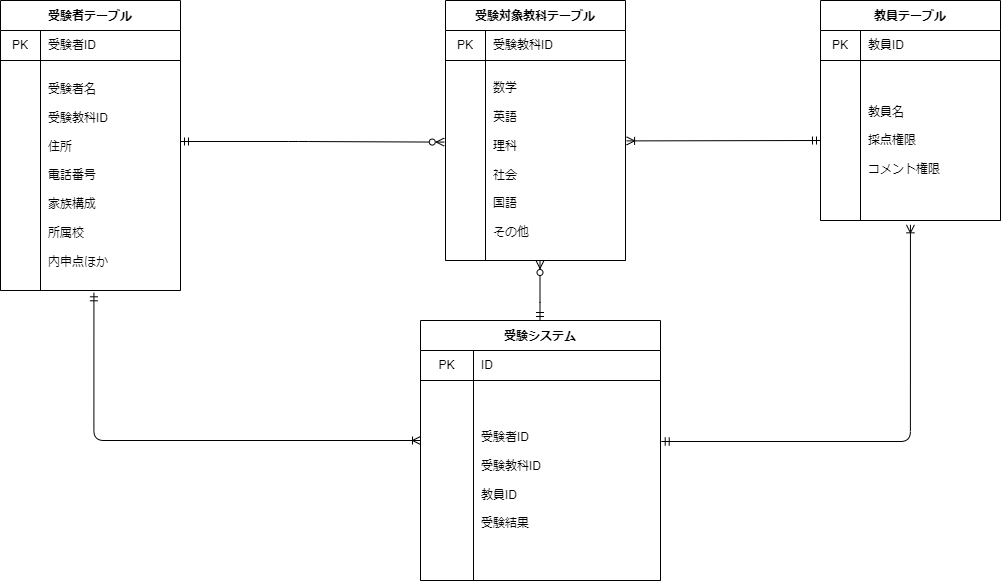
Above: index.drawio.png in tatsuya-hirano/ER_figure_ensyuu (draw.io), before the change. Source tidied: cells renumbered, new cells last; positions are measured from the earlier drawing's top-left corner, leaving out a move shared by most shapes. Its diagram source:
```xml
<mxGraphModel>
  <root>
    <mxCell id="0" />
    <mxCell id="1" parent="0" />
    <mxCell id="2" value="受験システム" style="shape=table;startSize=30;rowLines=0;fontStyle=1;align=center;" parent="1" vertex="1">
      <mxGeometry x="420" y="320" width="240" height="260" as="geometry" />
    </mxCell>
    <mxCell id="3" style="shape=partialRectangle;html=1;whiteSpace=wrap;fillColor=none;top=0;left=0;bottom=1;right=0;" parent="2" vertex="1">
      <mxGeometry y="30" width="240" height="30" as="geometry" />
    </mxCell>
    <mxCell id="4" value="PK" style="shape=partialRectangle;html=1;whiteSpace=wrap;fillColor=none;top=0;left=0;bottom=0;right=0;overflow=hidden;" parent="3" vertex="1">
      <mxGeometry width="53" height="30" as="geometry" />
    </mxCell>
    <mxCell id="5" value="ID" style="shape=partialRectangle;html=1;whiteSpace=wrap;fillColor=none;top=0;left=0;bottom=0;right=0;align=left;spacingLeft=6;overflow=hidden;" parent="3" vertex="1">
      <mxGeometry x="53" width="187" height="30" as="geometry" />
    </mxCell>
    <mxCell id="6" style="shape=partialRectangle;html=1;whiteSpace=wrap;fillColor=none;top=0;left=0;bottom=1;right=0;" parent="2" vertex="1">
      <mxGeometry y="60" width="240" height="200" as="geometry" />
    </mxCell>
    <mxCell id="7" style="shape=partialRectangle;html=1;whiteSpace=wrap;fillColor=none;top=0;left=0;bottom=0;right=0;overflow=hidden;" parent="6" vertex="1">
      <mxGeometry width="53" height="200" as="geometry" />
    </mxCell>
    <mxCell id="8" value="受験者ID&lt;br&gt;&lt;br&gt;受験教科ID&lt;br&gt;&lt;br&gt;教員ID&lt;br&gt;&lt;br&gt;受験結果" style="shape=partialRectangle;html=1;whiteSpace=wrap;fillColor=none;top=0;left=0;bottom=0;right=0;align=left;spacingLeft=6;overflow=hidden;" parent="6" vertex="1">
      <mxGeometry x="53" width="187" height="200" as="geometry" />
    </mxCell>
    <mxCell id="9" style="edgeStyle=orthogonalEdgeStyle;html=1;entryX=-0.007;entryY=0.408;entryDx=0;entryDy=0;entryPerimeter=0;startArrow=ERmandOne;startFill=0;endArrow=ERzeroToMany;endFill=0;" parent="1" edge="1" target="29">
      <mxGeometry relative="1" as="geometry">
        <mxPoint x="180" y="141" as="sourcePoint" />
        <Array as="points">
          <mxPoint x="298" y="141" />
        </Array>
      </mxGeometry>
    </mxCell>
    <mxCell id="10" style="edgeStyle=orthogonalEdgeStyle;html=1;startArrow=ERoneToMany;startFill=0;endArrow=ERmandOne;endFill=0;entryX=0.519;entryY=1.01;entryDx=0;entryDy=0;entryPerimeter=0;" parent="1" edge="1" target="15">
      <mxGeometry relative="1" as="geometry">
        <mxPoint x="420" y="440" as="sourcePoint" />
        <Array as="points">
          <mxPoint x="93" y="440" />
        </Array>
      </mxGeometry>
    </mxCell>
    <mxCell id="11" value="受験者テーブル" style="shape=table;startSize=30;rowLines=0;fontStyle=1;align=center;" parent="1" vertex="1">
      <mxGeometry width="180" height="290" as="geometry" />
    </mxCell>
    <mxCell id="12" style="shape=partialRectangle;html=1;whiteSpace=wrap;fillColor=none;top=0;left=0;bottom=1;right=0;" parent="11" vertex="1">
      <mxGeometry y="30" width="180" height="30" as="geometry" />
    </mxCell>
    <mxCell id="13" value="PK" style="shape=partialRectangle;html=1;whiteSpace=wrap;fillColor=none;top=0;left=0;bottom=0;right=0;overflow=hidden;" parent="12" vertex="1">
      <mxGeometry width="40" height="30" as="geometry" />
    </mxCell>
    <mxCell id="14" value="受験者ID" style="shape=partialRectangle;html=1;whiteSpace=wrap;fillColor=none;top=0;left=0;bottom=0;right=0;align=left;spacingLeft=6;overflow=hidden;" parent="12" vertex="1">
      <mxGeometry x="40" width="140" height="30" as="geometry" />
    </mxCell>
    <mxCell id="15" style="shape=partialRectangle;html=1;whiteSpace=wrap;fillColor=none;top=0;left=0;bottom=1;right=0;points=[[0,0.5],[1,0.5]];portConstraint=eastwest;" parent="11" vertex="1">
      <mxGeometry y="60" width="180" height="230" as="geometry" />
    </mxCell>
    <mxCell id="16" style="shape=partialRectangle;html=1;whiteSpace=wrap;fillColor=none;top=0;left=0;bottom=0;right=0;overflow=hidden;" parent="15" vertex="1">
      <mxGeometry width="40" height="230" as="geometry" />
    </mxCell>
    <mxCell id="17" value="受験者名&lt;br&gt;&lt;br&gt;受験教科ID&lt;br&gt;&lt;br&gt;住所&lt;br&gt;&lt;br&gt;電話番号&lt;br&gt;&lt;br&gt;家族構成&lt;br&gt;&lt;br&gt;所属校&lt;br&gt;&lt;br&gt;内申点ほか" style="shape=partialRectangle;html=1;whiteSpace=wrap;fillColor=none;top=0;left=0;bottom=0;right=0;align=left;spacingLeft=6;overflow=hidden;" parent="15" vertex="1">
      <mxGeometry x="40" width="140" height="230" as="geometry" />
    </mxCell>
    <mxCell id="18" value="教員テーブル" style="shape=table;startSize=30;rowLines=0;fontStyle=1;align=center;" parent="1" vertex="1">
      <mxGeometry x="820" width="180" height="220" as="geometry" />
    </mxCell>
    <mxCell id="19" style="shape=partialRectangle;html=1;whiteSpace=wrap;fillColor=none;top=0;left=0;bottom=1;right=0;" parent="18" vertex="1">
      <mxGeometry y="30" width="180" height="30" as="geometry" />
    </mxCell>
    <mxCell id="20" value="PK" style="shape=partialRectangle;html=1;whiteSpace=wrap;fillColor=none;top=0;left=0;bottom=0;right=0;overflow=hidden;" parent="19" vertex="1">
      <mxGeometry width="40" height="30" as="geometry" />
    </mxCell>
    <mxCell id="21" value="教員ID" style="shape=partialRectangle;html=1;whiteSpace=wrap;fillColor=none;top=0;left=0;bottom=0;right=0;align=left;spacingLeft=6;overflow=hidden;" parent="19" vertex="1">
      <mxGeometry x="40" width="140" height="30" as="geometry" />
    </mxCell>
    <mxCell id="22" style="shape=partialRectangle;html=1;whiteSpace=wrap;fillColor=none;top=0;left=0;bottom=1;right=0;points=[[0,0.5],[1,0.5]];portConstraint=eastwest;" parent="18" vertex="1">
      <mxGeometry y="60" width="180" height="160" as="geometry" />
    </mxCell>
    <mxCell id="23" style="shape=partialRectangle;html=1;whiteSpace=wrap;fillColor=none;top=0;left=0;bottom=0;right=0;overflow=hidden;" parent="22" vertex="1">
      <mxGeometry width="40" height="160" as="geometry" />
    </mxCell>
    <mxCell id="24" value="教員名&lt;br&gt;&lt;br&gt;採点権限&lt;br&gt;&lt;br&gt;コメント権限&lt;br&gt;" style="shape=partialRectangle;html=1;whiteSpace=wrap;fillColor=none;top=0;left=0;bottom=0;right=0;align=left;spacingLeft=6;overflow=hidden;" parent="22" vertex="1">
      <mxGeometry x="40" width="140" height="160" as="geometry" />
    </mxCell>
    <mxCell id="25" value="受験対象教科テーブル" style="shape=table;startSize=30;rowLines=0;fontStyle=1;align=center;" parent="1" vertex="1">
      <mxGeometry x="445" width="180" height="260" as="geometry" />
    </mxCell>
    <mxCell id="26" style="shape=partialRectangle;html=1;whiteSpace=wrap;fillColor=none;top=0;left=0;bottom=1;right=0;" parent="25" vertex="1">
      <mxGeometry y="30" width="180" height="30" as="geometry" />
    </mxCell>
    <mxCell id="27" value="PK" style="shape=partialRectangle;html=1;whiteSpace=wrap;fillColor=none;top=0;left=0;bottom=0;right=0;overflow=hidden;" parent="26" vertex="1">
      <mxGeometry width="40" height="30" as="geometry" />
    </mxCell>
    <mxCell id="28" value="受験教科ID" style="shape=partialRectangle;html=1;whiteSpace=wrap;fillColor=none;top=0;left=0;bottom=0;right=0;align=left;spacingLeft=6;overflow=hidden;" parent="26" vertex="1">
      <mxGeometry x="40" width="140" height="30" as="geometry" />
    </mxCell>
    <mxCell id="29" style="shape=partialRectangle;html=1;whiteSpace=wrap;fillColor=none;top=0;left=0;bottom=1;right=0;points=[[0,0.5],[1,0.5]];portConstraint=eastwest;" parent="25" vertex="1">
      <mxGeometry y="60" width="180" height="200" as="geometry" />
    </mxCell>
    <mxCell id="30" style="shape=partialRectangle;html=1;whiteSpace=wrap;fillColor=none;top=0;left=0;bottom=0;right=0;overflow=hidden;" parent="29" vertex="1">
      <mxGeometry width="40" height="200" as="geometry" />
    </mxCell>
    <mxCell id="31" value="数学&lt;br&gt;&lt;br&gt;英語&lt;br&gt;&lt;br&gt;理科&lt;br&gt;&lt;br&gt;社会&lt;br&gt;&lt;br&gt;国語&lt;br&gt;&lt;br&gt;その他" style="shape=partialRectangle;html=1;whiteSpace=wrap;fillColor=none;top=0;left=0;bottom=0;right=0;align=left;spacingLeft=6;overflow=hidden;" parent="29" vertex="1">
      <mxGeometry x="40" width="140" height="200" as="geometry" />
    </mxCell>
    <mxCell id="32" style="edgeStyle=orthogonalEdgeStyle;html=1;startArrow=ERoneToMany;startFill=0;endArrow=ERmandOne;endFill=0;entryX=1.028;entryY=0.305;entryDx=0;entryDy=0;entryPerimeter=0;exitX=0.533;exitY=1.027;exitDx=0;exitDy=0;exitPerimeter=0;" parent="1" edge="1">
      <mxGeometry relative="1" as="geometry">
        <mxPoint x="909.9" y="224.3" as="sourcePoint" />
        <mxPoint x="660.7" y="441" as="targetPoint" />
        <Array as="points">
          <mxPoint x="910" y="441" />
        </Array>
      </mxGeometry>
    </mxCell>
    <mxCell id="33" style="edgeStyle=orthogonalEdgeStyle;html=1;startArrow=ERmandOne;startFill=0;endArrow=ERzeroToMany;endFill=0;" parent="1" edge="1">
      <mxGeometry relative="1" as="geometry">
        <mxPoint x="539.5" y="320" as="sourcePoint" />
        <mxPoint x="539.5" y="260" as="targetPoint" />
        <Array as="points">
          <mxPoint x="539.5" y="312" />
        </Array>
      </mxGeometry>
    </mxCell>
    <mxCell id="34" style="edgeStyle=none;html=1;exitX=0;exitY=0.5;exitDx=0;exitDy=0;entryX=1.006;entryY=0.402;entryDx=0;entryDy=0;entryPerimeter=0;endArrow=ERoneToMany;endFill=0;startArrow=ERmandOne;startFill=0;" parent="1" edge="1" source="22" target="29">
      <mxGeometry relative="1" as="geometry" />
    </mxCell>
  </root>
</mxGraphModel>
```
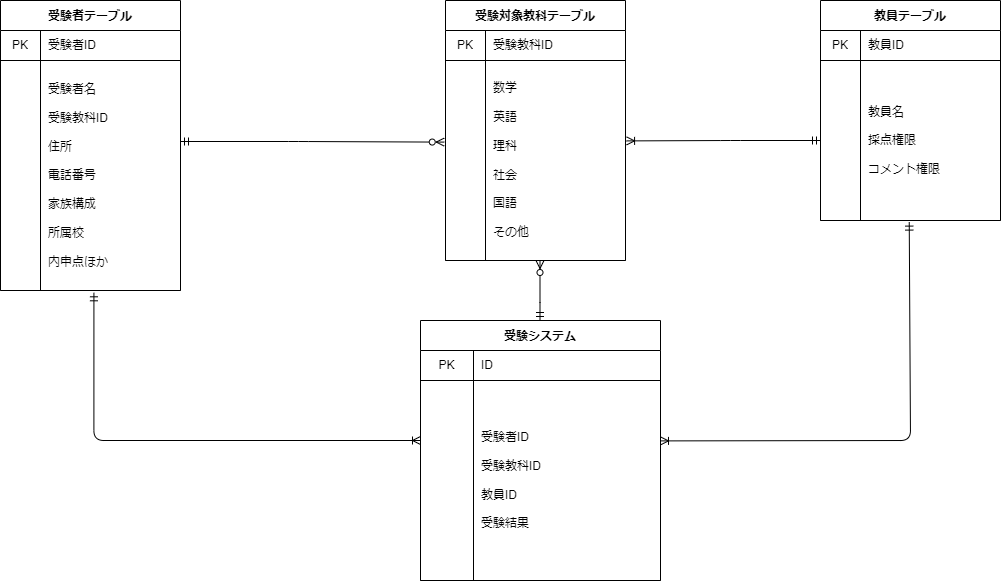
Later version of the same file.

Diff of the diagram source:
```diff
@@ -102,15 +102,6 @@
     <mxCell id="31" value="数学&lt;br&gt;&lt;br&gt;英語&lt;br&gt;&lt;br&gt;理科&lt;br&gt;&lt;br&gt;社会&lt;br&gt;&lt;br&gt;国語&lt;br&gt;&lt;br&gt;その他" style="shape=partialRectangle;html=1;whiteSpace=wrap;fillColor=none;top=0;left=0;bottom=0;right=0;align=left;spacingLeft=6;overflow=hidden;" parent="29" vertex="1">
       <mxGeometry x="40" width="140" height="200" as="geometry" />
     </mxCell>
-    <mxCell id="32" style="edgeStyle=orthogonalEdgeStyle;html=1;startArrow=ERoneToMany;startFill=0;endArrow=ERmandOne;endFill=0;entryX=1.028;entryY=0.305;entryDx=0;entryDy=0;entryPerimeter=0;exitX=0.533;exitY=1.027;exitDx=0;exitDy=0;exitPerimeter=0;" parent="1" edge="1">
-      <mxGeometry relative="1" as="geometry">
-        <mxPoint x="909.9" y="224.3" as="sourcePoint" />
-        <mxPoint x="660.7" y="441" as="targetPoint" />
-        <Array as="points">
-          <mxPoint x="910" y="441" />
-        </Array>
-      </mxGeometry>
-    </mxCell>
     <mxCell id="33" style="edgeStyle=orthogonalEdgeStyle;html=1;startArrow=ERmandOne;startFill=0;endArrow=ERzeroToMany;endFill=0;" parent="1" edge="1">
       <mxGeometry relative="1" as="geometry">
         <mxPoint x="539.5" y="320" as="sourcePoint" />
@@ -121,7 +112,19 @@
       </mxGeometry>
     </mxCell>
     <mxCell id="34" style="edgeStyle=none;html=1;exitX=0;exitY=0.5;exitDx=0;exitDy=0;entryX=1.006;entryY=0.402;entryDx=0;entryDy=0;entryPerimeter=0;endArrow=ERoneToMany;endFill=0;startArrow=ERmandOne;startFill=0;" parent="1" edge="1" source="22" target="29">
-      <mxGeometry relative="1" as="geometry" />
+      <mxGeometry relative="1" as="geometry">
+        <Array as="points">
+          <mxPoint x="730" y="140" />
+        </Array>
+      </mxGeometry>
     </mxCell>
+    <mxCell id="35" style="edgeStyle=none;html=1;exitX=0.493;exitY=1.01;exitDx=0;exitDy=0;entryX=1.006;entryY=0.402;entryDx=0;entryDy=0;entryPerimeter=0;endArrow=ERoneToMany;endFill=0;startArrow=ERmandOne;startFill=0;exitPerimeter=0;" parent="1" edge="1" source="22">
+      <mxGeometry relative="1" as="geometry">
+        <mxPoint x="660" y="440.4" as="targetPoint" />
+        <Array as="points">
+          <mxPoint x="910" y="440" />
+        </Array>
+      </mxGeometry>
+    </mxCell>
   </root>
 </mxGraphModel>
```
